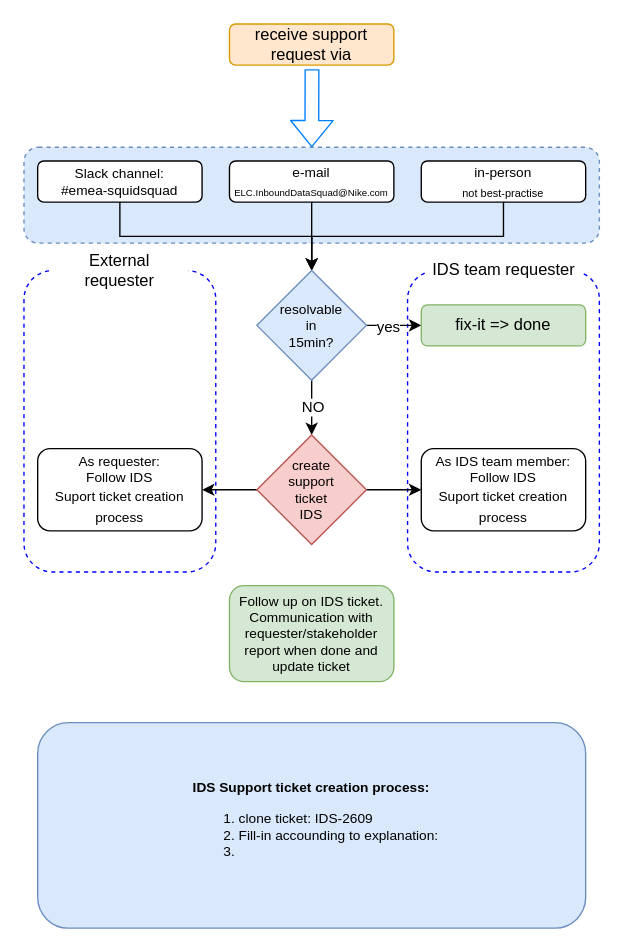
This is support-flow-ids.drawio from Vortex-ict/test-repo, a draw.io file, before an edit. Source tidied: cells renumbered, new cells numbered last; positions are measured from the earlier drawing's top-left corner, leaving out a move shared by most shapes. Both pictures are drawn from the tidied source at 137%, with x=0, y=0 at pixel (23, 23).
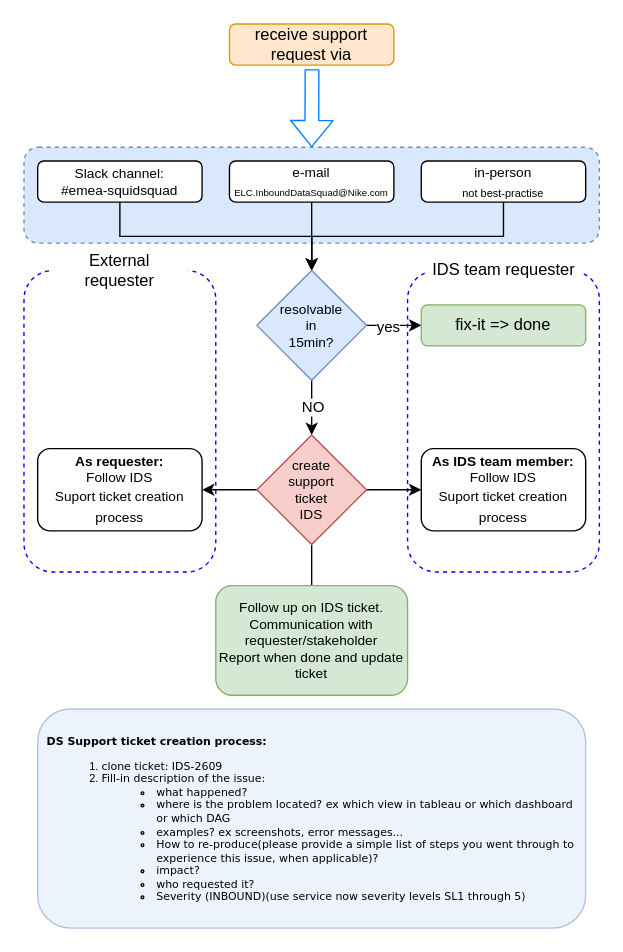
Above is the later version.

Unchanged cells that the change refers to:
```xml
<mxCell id="20" value="&lt;div style=&quot;font-size: 10px&quot;&gt;&lt;font style=&quot;font-size: 10px&quot;&gt;create &lt;br&gt;&lt;/font&gt;&lt;/div&gt;&lt;div style=&quot;font-size: 10px&quot;&gt;&lt;font style=&quot;font-size: 10px&quot;&gt;support&lt;/font&gt;&lt;/div&gt;&lt;div style=&quot;font-size: 10px&quot;&gt;&lt;font style=&quot;font-size: 10px&quot;&gt;ticket&lt;br&gt;&lt;/font&gt;&lt;/div&gt;&lt;div style=&quot;font-size: 10px&quot;&gt;&lt;font style=&quot;font-size: 10px&quot;&gt;IDS&lt;br&gt;&lt;/font&gt;&lt;/div&gt;" style="rhombus;whiteSpace=wrap;html=1;fillColor=#f8cecc;strokeColor=#b85450;" parent="1" vertex="1">
  <mxGeometry x="170" y="300" width="80" height="80" as="geometry" />
</mxCell>
```

Change to the diagram source:
```diff
@@
+    <mxCell id="28" style="rounded=1;whiteSpace=wrap;html=1;strokeColor=#6c8ebf;fillColor=#dae8fc;opacity=50;" parent="1" vertex="1">
+      <mxGeometry x="10" y="500" width="400" height="160" as="geometry" />
+    </mxCell>
@@
+    <mxCell id="29" style="edgeStyle=orthogonalEdgeStyle;rounded=0;jettySize=auto;html=1;startArrow=none;startFill=0;strokeColor=#000000;endArrow=none;endFill=0;" parent="1" edge="1" source="20" target="25">
+      <mxGeometry relative="1" as="geometry" />
+    </mxCell>
@@
-    <mxCell id="21" value="&lt;b&gt;&lt;font style=&quot;font-size: 10px&quot;&gt;&lt;font style=&quot;font-size: 10px&quot;&gt;IDS Support ticket creation process:&lt;/font&gt;&lt;/font&gt;&lt;/b&gt;&lt;div style=&quot;font-size: 10px&quot; align=&quot;left&quot;&gt;&lt;ol&gt;&lt;li&gt;&lt;font style=&quot;font-size: 10px&quot;&gt;clone ticket: IDS-2609&lt;/font&gt;&lt;/li&gt;&lt;li&gt;&lt;font style=&quot;font-size: 10px&quot;&gt;Fill-in accounding to explanation:&lt;/font&gt;&lt;/li&gt;&lt;li&gt;&lt;font style=&quot;font-size: 10px&quot;&gt;&lt;br&gt;&lt;/font&gt;&lt;/li&gt;&lt;/ol&gt;&lt;/div&gt;" style="rounded=1;whiteSpace=wrap;html=1;fillColor=#dae8fc;strokeColor=#6c8ebf;" parent="1" vertex="1">
-      <mxGeometry x="10" y="510" width="400" height="150" as="geometry" />
-    </mxCell>
@@
-    <mxCell id="23" value="&lt;div style=&quot;font-size: 10px&quot;&gt;&lt;font style=&quot;font-size: 10px&quot;&gt;As requester:&lt;br&gt;&lt;/font&gt;&lt;/div&gt;&lt;div style=&quot;font-size: 10px&quot;&gt;&lt;font style=&quot;font-size: 10px&quot;&gt;Follow IDS &lt;/font&gt;&lt;/div&gt;&lt;font style=&quot;font-size: 10px&quot;&gt;Suport ticket creation process&lt;br&gt;&lt;/font&gt;" style="rounded=1;whiteSpace=wrap;html=1;strokeColor=#000000;fillColor=none;" parent="1" vertex="1">
+    <mxCell id="23" value="&lt;div style=&quot;font-size: 10px&quot;&gt;&lt;font style=&quot;font-size: 10px&quot;&gt;&lt;b&gt;As requester:&lt;/b&gt;&lt;br&gt;&lt;/font&gt;&lt;/div&gt;&lt;div style=&quot;font-size: 10px&quot;&gt;&lt;font style=&quot;font-size: 10px&quot;&gt;Follow IDS &lt;/font&gt;&lt;/div&gt;&lt;font style=&quot;font-size: 10px&quot;&gt;Suport ticket creation process&lt;br&gt;&lt;/font&gt;" style="rounded=1;whiteSpace=wrap;html=1;strokeColor=#000000;fillColor=none;" parent="1" vertex="1">
       <mxGeometry x="10" y="310" width="120" height="60" as="geometry" />
     </mxCell>
-    <mxCell id="24" value="&lt;div style=&quot;font-size: 10px&quot;&gt;&lt;font style=&quot;font-size: 10px&quot;&gt;As IDS team member:&lt;br&gt;&lt;/font&gt;&lt;/div&gt;&lt;div style=&quot;font-size: 10px&quot;&gt;&lt;font style=&quot;font-size: 10px&quot;&gt;Follow IDS &lt;/font&gt;&lt;/div&gt;&lt;font style=&quot;font-size: 10px&quot;&gt;Suport ticket creation process&lt;br&gt;&lt;/font&gt;" style="rounded=1;whiteSpace=wrap;html=1;strokeColor=#000000;fillColor=none;" parent="1" vertex="1">
+    <mxCell id="24" value="&lt;div style=&quot;font-size: 10px&quot;&gt;&lt;font style=&quot;font-size: 10px&quot;&gt;&lt;b&gt;As IDS team member:&lt;/b&gt;&lt;br&gt;&lt;/font&gt;&lt;/div&gt;&lt;div style=&quot;font-size: 10px&quot;&gt;&lt;font style=&quot;font-size: 10px&quot;&gt;Follow IDS &lt;/font&gt;&lt;/div&gt;&lt;font style=&quot;font-size: 10px&quot;&gt;Suport ticket creation process&lt;br&gt;&lt;/font&gt;" style="rounded=1;whiteSpace=wrap;html=1;strokeColor=#000000;fillColor=none;" parent="1" vertex="1">
       <mxGeometry x="290" y="310" width="120" height="60" as="geometry" />
     </mxCell>
-    <mxCell id="25" value="&lt;div style=&quot;font-size: 10px&quot;&gt;&lt;font style=&quot;font-size: 10px&quot;&gt;Follow up on IDS ticket.&lt;/font&gt;&lt;/div&gt;&lt;div style=&quot;font-size: 10px&quot;&gt;&lt;font style=&quot;font-size: 10px&quot;&gt;Communication with requester/stakeholder&lt;/font&gt;&lt;/div&gt;&lt;div style=&quot;font-size: 10px&quot;&gt;&lt;font style=&quot;font-size: 10px&quot;&gt;report when done and update ticket&lt;br&gt;&lt;/font&gt;&lt;/div&gt;" style="rounded=1;whiteSpace=wrap;html=1;fillColor=#d5e8d4;strokeColor=#82b366;" parent="1" vertex="1">
-      <mxGeometry x="150" y="410" width="120" height="70" as="geometry" />
+    <mxCell id="25" value="&lt;div style=&quot;font-size: 10px&quot;&gt;&lt;font style=&quot;font-size: 10px&quot;&gt;Follow up on IDS ticket.&lt;/font&gt;&lt;/div&gt;&lt;div style=&quot;font-size: 10px&quot;&gt;&lt;font style=&quot;font-size: 10px&quot;&gt;Communication with requester/stakeholder&lt;/font&gt;&lt;/div&gt;&lt;div style=&quot;font-size: 10px&quot;&gt;&lt;font style=&quot;font-size: 10px&quot;&gt;Report when done and update ticket&lt;br&gt;&lt;/font&gt;&lt;/div&gt;" style="rounded=1;whiteSpace=wrap;html=1;fillColor=#d5e8d4;strokeColor=#82b366;" parent="1" vertex="1">
+      <mxGeometry x="140" y="410" width="140" height="80" as="geometry" />
     </mxCell>
@@
+    <mxCell id="30" value="&lt;div style=&quot;font-size: 8px&quot; align=&quot;left&quot;&gt;&lt;font style=&quot;font-size: 8px&quot; face=&quot;Verdana&quot;&gt;&lt;b&gt;&lt;font style=&quot;font-size: 8px&quot;&gt;&lt;font style=&quot;font-size: 8px&quot;&gt;DS Support ticket creation process:&lt;/font&gt;&lt;/font&gt;&lt;/b&gt;&lt;/font&gt;&lt;/div&gt;&lt;div style=&quot;font-size: 8px&quot; align=&quot;left&quot;&gt;&lt;ol&gt;&lt;li&gt;&lt;font style=&quot;font-size: 8px&quot; face=&quot;Verdana&quot;&gt;clone ticket: IDS-2609&lt;/font&gt;&lt;/li&gt;&lt;li&gt;&lt;font style=&quot;font-size: 8px&quot; face=&quot;Verdana&quot;&gt;Fill-in description of the issue:&lt;/font&gt;&lt;/li&gt;&lt;ul&gt;&lt;li&gt;&lt;font style=&quot;font-size: 8px&quot; face=&quot;Verdana&quot;&gt;what happened?&lt;/font&gt;&lt;/li&gt;&lt;li&gt;&lt;font style=&quot;font-size: 8px&quot; face=&quot;Verdana&quot;&gt;where is the problem located? ex which view in tableau or which dashboard or which DAG&lt;/font&gt;&lt;/li&gt;&lt;li&gt;&lt;font style=&quot;font-size: 8px&quot; face=&quot;Verdana&quot;&gt;examples? ex screenshots, error messages...&lt;/font&gt;&lt;/li&gt;&lt;li&gt;&lt;font style=&quot;font-size: 8px&quot; face=&quot;Verdana&quot;&gt;How to re-produce(please provide a simple list of steps you went through to experience this issue, when applicable)?&lt;/font&gt;&lt;/li&gt;&lt;li&gt;&lt;font style=&quot;font-size: 8px&quot; face=&quot;Verdana&quot;&gt;impact?&lt;/font&gt;&lt;/li&gt;&lt;li&gt;&lt;font style=&quot;font-size: 8px&quot; face=&quot;Verdana&quot;&gt;who requested it?&lt;/font&gt;&lt;/li&gt;&lt;li&gt;&lt;font style=&quot;font-size: 8px&quot; face=&quot;Verdana&quot;&gt;Severity (INBOUND)(use service now severity levels SL1 through 5)&lt;/font&gt;&lt;/li&gt;&lt;/ul&gt;&lt;/ol&gt;&lt;/div&gt;" style="text;html=1;strokeColor=none;fillColor=none;align=left;verticalAlign=middle;whiteSpace=wrap;rounded=0;" parent="1" vertex="1">
+      <mxGeometry x="15" y="510" width="390" height="150" as="geometry" />
+    </mxCell>
```
